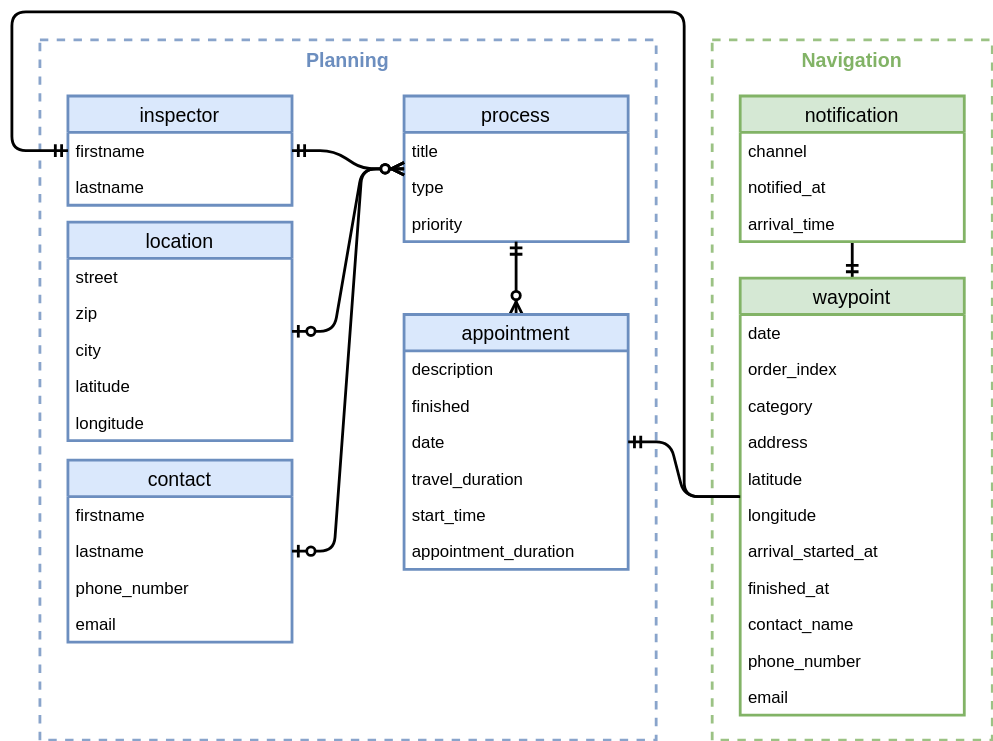
Before: resources/thesis-business-datamodel-with-navigation.svg, a diagram exported from draw.io (exxcellent/student-software-architecture-transition). Source tidied: cells renumbered, new cells last; positions are measured from the earlier drawing's top-left corner, leaving out a move shared by most shapes.
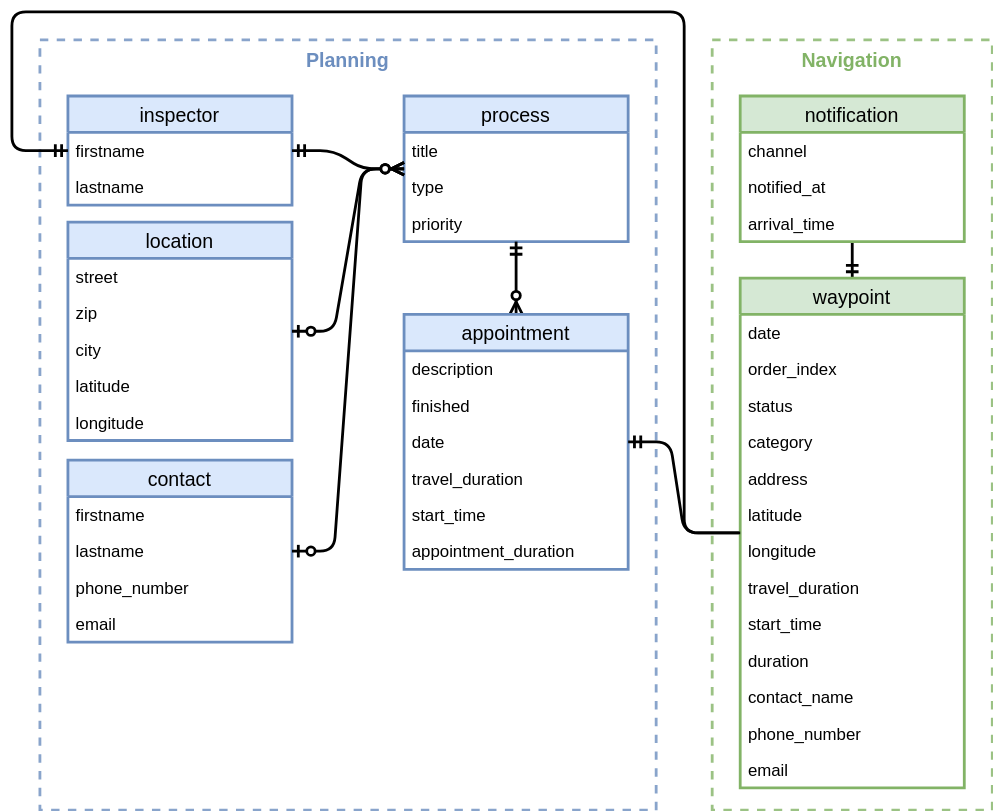
After the change.

Commit message:
Update business data model

Change to the diagram source:
```diff
@@ -3,10 +3,10 @@
     <mxCell id="0" />
     <mxCell id="1" parent="0" />
     <mxCell id="2" value="Navigation" style="rounded=0;whiteSpace=wrap;html=1;strokeColor=#82b366;strokeWidth=2;opacity=80;fillColor=none;verticalAlign=top;fontStyle=1;fontSize=14;dashed=1;fontColor=#82B366;" parent="1" vertex="1">
-      <mxGeometry x="500" y="20" width="200" height="500" as="geometry" />
+      <mxGeometry x="500" y="20" width="200" height="550" as="geometry" />
     </mxCell>
     <mxCell id="3" value="Planning" style="rounded=0;whiteSpace=wrap;html=1;strokeColor=#6c8ebf;strokeWidth=2;opacity=80;fillColor=none;verticalAlign=top;fontStyle=1;fontSize=14;fontColor=#6C8EBF;dashed=1;" parent="1" vertex="1">
-      <mxGeometry x="20" y="20" width="440" height="500" as="geometry" />
+      <mxGeometry x="20" y="20" width="440" height="550" as="geometry" />
     </mxCell>
     <mxCell id="4" value="inspector" style="swimlane;fontStyle=0;horizontal=1;startSize=26;align=center;fontSize=14;strokeColor=#6c8ebf;strokeWidth=2;fillColor=#dae8fc;" parent="1" vertex="1">
       <mxGeometry x="40" y="60" width="160" height="78" as="geometry" />
@@ -95,10 +95,10 @@
     <mxCell id="32" value="appointment_duration" style="text;strokeColor=none;fillColor=none;spacingLeft=4;spacingRight=4;overflow=hidden;fontSize=12;" parent="26" vertex="1">
       <mxGeometry y="156" width="160" height="26" as="geometry" />
     </mxCell>
-    <mxCell id="33" style="endArrow=ERmandOne;html=1;strokeColor=#000000;strokeWidth=2;entryX=0;entryY=0.5;entryDx=0;entryDy=0;exitX=0;exitY=0.5;exitDx=0;exitDy=0;startArrow=none;startFill=0;endFill=0;" parent="1" edge="1" source="39" target="5">
+    <mxCell id="33" style="endArrow=ERmandOne;html=1;strokeColor=#000000;strokeWidth=2;entryX=0;entryY=0.5;entryDx=0;entryDy=0;startArrow=none;startFill=0;endFill=0;" parent="1" edge="1" source="39" target="5">
       <mxGeometry relative="1" as="geometry">
         <Array as="points">
-          <mxPoint x="480" y="346" />
+          <mxPoint x="480" y="372" />
           <mxPoint x="480" />
           <mxPoint />
           <mxPoint y="99" />
@@ -125,7 +125,7 @@
       <mxGeometry y="78" width="160" height="26" as="geometry" />
     </mxCell>
     <mxCell id="39" value="waypoint" style="swimlane;fontStyle=0;horizontal=1;startSize=26;align=center;fontSize=14;strokeColor=#82b366;strokeWidth=2;fillColor=#d5e8d4;" parent="1" vertex="1">
-      <mxGeometry x="520" y="190" width="160" height="312" as="geometry" />
+      <mxGeometry x="520" y="190" width="160" height="364" as="geometry" />
     </mxCell>
     <mxCell id="40" value="date" style="text;strokeColor=none;fillColor=none;spacingLeft=4;spacingRight=4;overflow=hidden;fontSize=12;" parent="39" vertex="1">
       <mxGeometry y="26" width="160" height="26" as="geometry" />
@@ -133,37 +133,43 @@
     <mxCell id="41" value="order_index" style="text;strokeColor=none;fillColor=none;spacingLeft=4;spacingRight=4;overflow=hidden;fontSize=12;" parent="39" vertex="1">
       <mxGeometry y="52" width="160" height="26" as="geometry" />
     </mxCell>
+    <mxCell id="52" value="status" style="text;strokeColor=none;fillColor=none;spacingLeft=4;spacingRight=4;overflow=hidden;fontSize=12;" parent="39" vertex="1">
+      <mxGeometry y="78" width="160" height="26" as="geometry" />
+    </mxCell>
     <mxCell id="42" value="category" style="text;strokeColor=none;fillColor=none;spacingLeft=4;spacingRight=4;overflow=hidden;fontSize=12;" parent="39" vertex="1">
-      <mxGeometry y="78" width="160" height="26" as="geometry" />
+      <mxGeometry y="104" width="160" height="26" as="geometry" />
     </mxCell>
     <mxCell id="43" value="address" style="text;strokeColor=none;fillColor=none;spacingLeft=4;spacingRight=4;overflow=hidden;fontSize=12;" parent="39" vertex="1">
-      <mxGeometry y="104" width="160" height="26" as="geometry" />
+      <mxGeometry y="130" width="160" height="26" as="geometry" />
     </mxCell>
     <mxCell id="44" value="latitude" style="text;strokeColor=none;fillColor=none;spacingLeft=4;spacingRight=4;overflow=hidden;fontSize=12;" parent="39" vertex="1">
-      <mxGeometry y="130" width="160" height="26" as="geometry" />
+      <mxGeometry y="156" width="160" height="26" as="geometry" />
     </mxCell>
     <mxCell id="45" value="longitude" style="text;strokeColor=none;fillColor=none;spacingLeft=4;spacingRight=4;overflow=hidden;fontSize=12;" parent="39" vertex="1">
-      <mxGeometry y="156" width="160" height="26" as="geometry" />
+      <mxGeometry y="182" width="160" height="26" as="geometry" />
     </mxCell>
+    <mxCell id="53" value="travel_duration" style="text;strokeColor=none;fillColor=none;spacingLeft=4;spacingRight=4;overflow=hidden;fontSize=12;" parent="39" vertex="1">
+      <mxGeometry y="208" width="160" height="26" as="geometry" />
+    </mxCell>
-    <mxCell id="46" value="arrival_started_at" style="text;strokeColor=none;fillColor=none;spacingLeft=4;spacingRight=4;overflow=hidden;fontSize=12;" parent="39" vertex="1">
-      <mxGeometry y="182" width="160" height="26" as="geometry" />
+    <mxCell id="46" value="start_time" style="text;strokeColor=none;fillColor=none;spacingLeft=4;spacingRight=4;overflow=hidden;fontSize=12;" parent="39" vertex="1">
+      <mxGeometry y="234" width="160" height="26" as="geometry" />
     </mxCell>
-    <mxCell id="47" value="finished_at" style="text;strokeColor=none;fillColor=none;spacingLeft=4;spacingRight=4;overflow=hidden;fontSize=12;" parent="39" vertex="1">
-      <mxGeometry y="208" width="160" height="26" as="geometry" />
-    </mxCell>
+    <mxCell id="54" value="duration" style="text;strokeColor=none;fillColor=none;spacingLeft=4;spacingRight=4;overflow=hidden;fontSize=12;" parent="39" vertex="1">
+      <mxGeometry y="260" width="160" height="26" as="geometry" />
+    </mxCell>
     <mxCell id="48" value="contact_name" style="text;strokeColor=none;fillColor=none;spacingLeft=4;spacingRight=4;overflow=hidden;fontSize=12;" parent="39" vertex="1">
-      <mxGeometry y="234" width="160" height="26" as="geometry" />
+      <mxGeometry y="286" width="160" height="26" as="geometry" />
     </mxCell>
     <mxCell id="49" value="phone_number" style="text;strokeColor=none;fillColor=none;spacingLeft=4;spacingRight=4;overflow=hidden;fontSize=12;" parent="39" vertex="1">
-      <mxGeometry y="260" width="160" height="26" as="geometry" />
+      <mxGeometry y="312" width="160" height="26" as="geometry" />
     </mxCell>
     <mxCell id="50" value="email" style="text;strokeColor=none;fillColor=none;spacingLeft=4;spacingRight=4;overflow=hidden;fontSize=12;" parent="39" vertex="1">
-      <mxGeometry y="286" width="160" height="26" as="geometry" />
+      <mxGeometry y="338" width="160" height="26" as="geometry" />
     </mxCell>
     <mxCell id="51" style="endArrow=ERmandOne;html=1;strokeColor=#000000;strokeWidth=2;endFill=0;" parent="1" edge="1" source="39" target="26">
       <mxGeometry relative="1" as="geometry">
         <Array as="points">
-          <mxPoint x="480" y="346" />
+          <mxPoint x="480" y="372" />
           <mxPoint x="470" y="307" />
         </Array>
       </mxGeometry>
```
